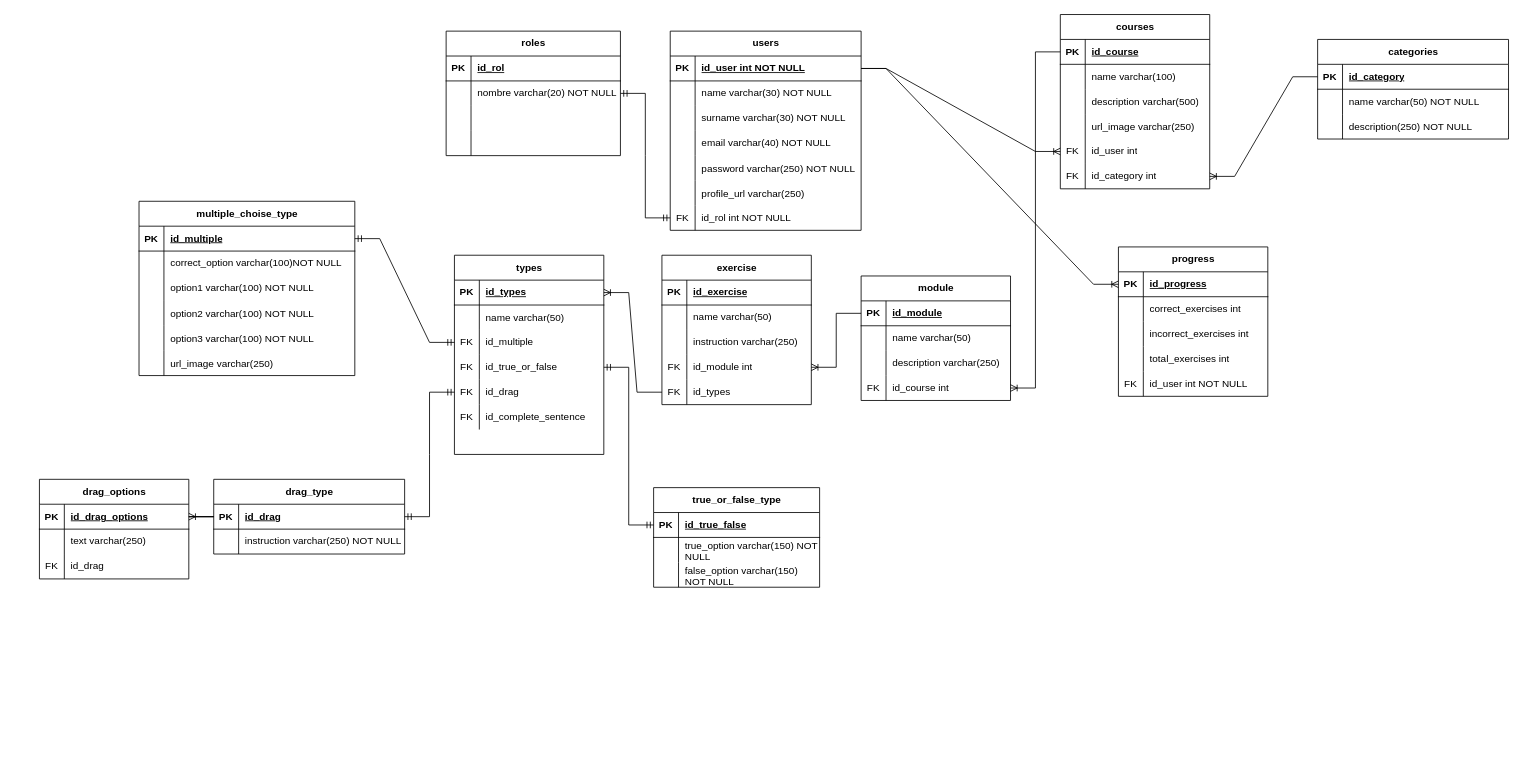
Earlier version of the draw.io diagram DER.drawio (TommySosa/campus). Source tidied: cells renumbered, new cells numbered last; positions are measured from the earlier drawing's top-left corner, leaving out a move shared by most shapes. Both pictures are drawn from the tidied source at 83%, with x=0, y=0 at pixel (39, 14).
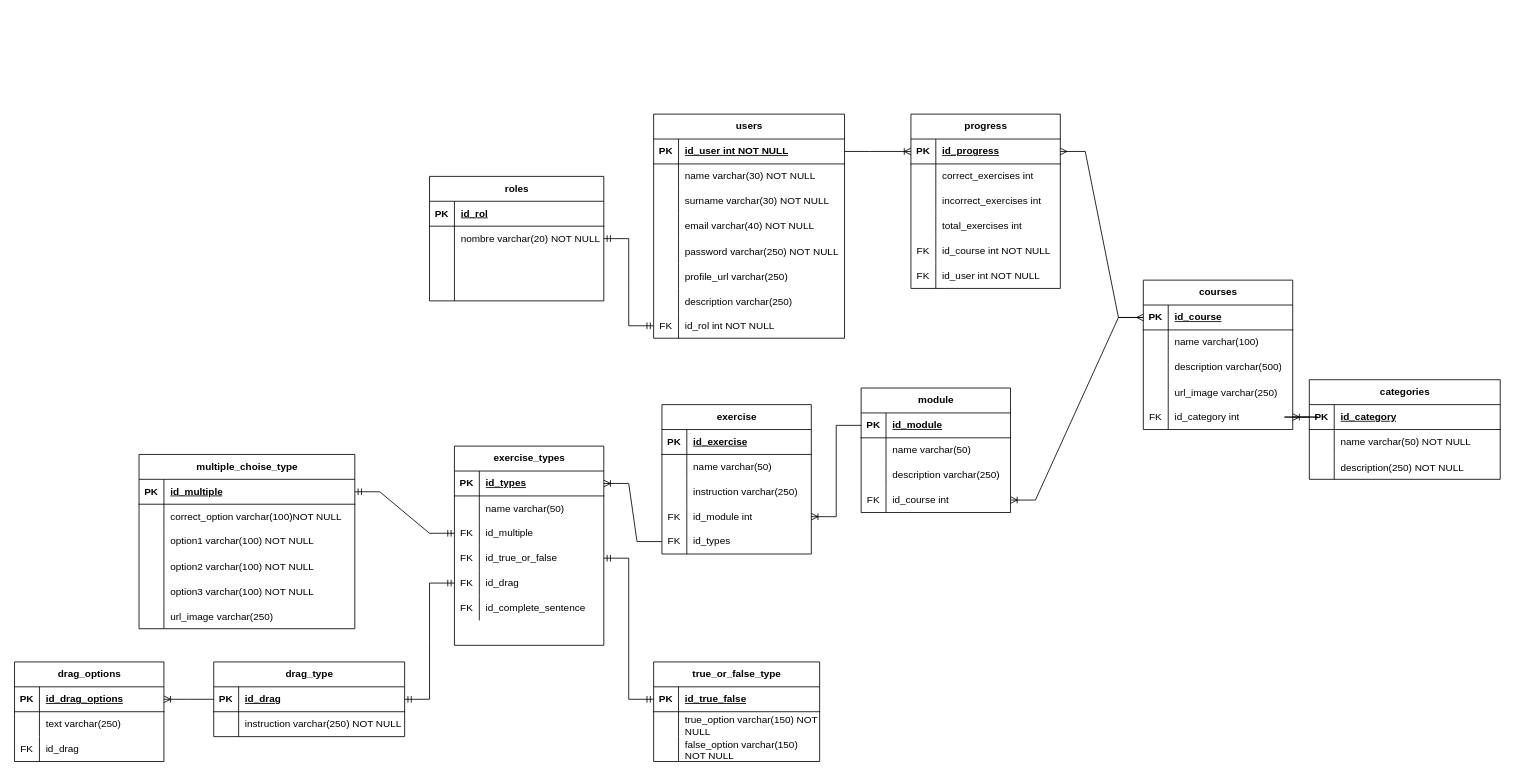
Above is the later version.

The change refers to these unchanged cells:
```xml
<mxCell id="17" style="shape=tableRow;horizontal=0;startSize=0;swimlaneHead=0;swimlaneBody=0;fillColor=none;points=[[0,0.5],[1,0.5]];portConstraint=eastwest;top=0;left=0;right=0;bottom=1;" parent="16" vertex="1">
  <mxGeometry y="30" width="180" height="30" as="geometry" />
</mxCell>
<mxCell id="131" style="shape=tableRow;horizontal=0;startSize=0;swimlaneHead=0;swimlaneBody=0;fillColor=none;points=[[0,0.5],[1,0.5]];portConstraint=eastwest;top=0;left=0;right=0;bottom=1;" parent="130" vertex="1">
  <mxGeometry y="30" width="230" height="30" as="geometry" />
</mxCell>
<mxCell id="161" style="shape=tableRow;horizontal=0;startSize=0;swimlaneHead=0;swimlaneBody=0;fillColor=none;points=[[0,0.5],[1,0.5]];portConstraint=eastwest;top=0;left=0;right=0;bottom=1;" parent="160" vertex="1">
  <mxGeometry y="30" width="180" height="30" as="geometry" />
</mxCell>
```

Diff of the diagram source:
```diff
@@
     <mxCell id="2" value="roles" style="shape=table;startSize=30;childLayout=tableLayout;rowLines=0;fontStyle=1;align=center;html=1;" parent="1" vertex="1">
-      <mxGeometry x="490" y="20" width="210" height="150" as="geometry" />
+      <mxGeometry x="470" y="195" width="210" height="150" as="geometry" />
     </mxCell>
@@
     <mxCell id="16" value="courses" style="shape=table;startSize=30;childLayout=tableLayout;rowLines=0;fontStyle=1;align=center;html=1;" parent="1" vertex="1">
-      <mxGeometry x="1230" width="180" height="210" as="geometry" />
+      <mxGeometry x="1330" y="320" width="180" height="180" as="geometry" />
     </mxCell>
@@
-    <mxCell id="29" style="shape=tableRow;horizontal=0;startSize=0;swimlaneHead=0;swimlaneBody=0;fillColor=none;points=[[0,0.5],[1,0.5]];portConstraint=eastwest;top=0;left=0;right=0;bottom=0;" parent="16" vertex="1">
-      <mxGeometry y="150" width="180" height="30" as="geometry" />
-    </mxCell>
-    <mxCell id="30" value="FK" style="shape=partialRectangle;fillColor=none;top=0;left=0;bottom=0;right=0;fontStyle=0;overflow=hidden;whiteSpace=wrap;html=1;" parent="29" vertex="1">
-      <mxGeometry width="30" height="30" as="geometry" />
-    </mxCell>
-    <mxCell id="31" value="id_user int" style="shape=partialRectangle;fillColor=none;top=0;left=0;bottom=0;right=0;align=left;spacingLeft=6;fontStyle=0;overflow=hidden;whiteSpace=wrap;html=1;" parent="29" vertex="1">
-      <mxGeometry x="30" width="150" height="30" as="geometry" />
-    </mxCell>
     <mxCell id="32" style="shape=tableRow;horizontal=0;startSize=0;swimlaneHead=0;swimlaneBody=0;fillColor=none;points=[[0,0.5],[1,0.5]];portConstraint=eastwest;top=0;left=0;right=0;bottom=0;" parent="16" vertex="1">
-      <mxGeometry y="180" width="180" height="30" as="geometry" />
+      <mxGeometry y="150" width="180" height="30" as="geometry" />
     </mxCell>
@@
     <mxCell id="36" value="module" style="shape=table;startSize=30;childLayout=tableLayout;rowLines=0;fontStyle=1;align=center;html=1;" parent="1" vertex="1">
-      <mxGeometry x="990" y="315" width="180" height="150" as="geometry" />
+      <mxGeometry x="990" y="450" width="180" height="150" as="geometry" />
     </mxCell>
@@
     <mxCell id="49" value="exercise" style="shape=table;startSize=30;childLayout=tableLayout;rowLines=0;fontStyle=1;align=center;html=1;" parent="1" vertex="1">
-      <mxGeometry x="750" y="290" width="180" height="180" as="geometry" />
+      <mxGeometry x="750" y="470" width="180" height="180" as="geometry" />
     </mxCell>
@@
     <mxCell id="65" value="multiple_choise_type" style="shape=table;startSize=30;childLayout=tableLayout;rowLines=0;fontStyle=1;align=center;html=1;" parent="1" vertex="1">
-      <mxGeometry x="120" y="225" width="260" height="210" as="geometry" />
+      <mxGeometry x="120" y="530" width="260" height="210" as="geometry" />
     </mxCell>
@@
-    <mxCell id="84" value="types" style="shape=table;startSize=30;childLayout=tableLayout;rowLines=0;fontStyle=1;align=center;html=1;" parent="1" vertex="1">
-      <mxGeometry x="500" y="290" width="180" height="240" as="geometry" />
+    <mxCell id="84" value="exercise_types" style="shape=table;startSize=30;childLayout=tableLayout;rowLines=0;fontStyle=1;align=center;html=1;" parent="1" vertex="1">
+      <mxGeometry x="500" y="520" width="180" height="240" as="geometry" />
     </mxCell>
@@
     <mxCell id="103" value="true_or_false_type" style="shape=table;startSize=30;childLayout=tableLayout;rowLines=0;fontStyle=1;align=center;html=1;" parent="1" vertex="1">
-      <mxGeometry x="740" y="570" width="200" height="120" as="geometry" />
+      <mxGeometry x="740" y="780" width="200" height="120" as="geometry" />
     </mxCell>
@@
     <mxCell id="113" value="drag_type" style="shape=table;startSize=30;childLayout=tableLayout;rowLines=0;fontStyle=1;align=center;html=1;" parent="1" vertex="1">
-      <mxGeometry x="210" y="560" width="230" height="90" as="geometry" />
+      <mxGeometry x="210" y="780" width="230" height="90" as="geometry" />
     </mxCell>
@@
     <mxCell id="120" value="drag_options" style="shape=table;startSize=30;childLayout=tableLayout;rowLines=0;fontStyle=1;align=center;html=1;" parent="1" vertex="1">
-      <mxGeometry y="560" width="180" height="120" as="geometry" />
+      <mxGeometry x="-30" y="780" width="180" height="120" as="geometry" />
     </mxCell>
@@
     <mxCell id="130" value="users" style="shape=table;startSize=30;childLayout=tableLayout;rowLines=0;fontStyle=1;align=center;html=1;" parent="1" vertex="1">
-      <mxGeometry x="760" y="20" width="230" height="240" as="geometry" />
+      <mxGeometry x="740" y="120" width="230" height="270" as="geometry" />
     </mxCell>
@@
+    <mxCell id="188" style="shape=tableRow;horizontal=0;startSize=0;swimlaneHead=0;swimlaneBody=0;fillColor=none;top=0;left=0;right=0;bottom=0;" parent="130" vertex="1">
+      <mxGeometry y="210" width="230" height="30" as="geometry" />
+    </mxCell>
+    <mxCell id="189" style="shape=partialRectangle;fillColor=none;top=0;left=0;bottom=0;right=0;overflow=hidden;" parent="188" vertex="1">
+      <mxGeometry width="30" height="30" as="geometry" />
+    </mxCell>
+    <mxCell id="190" value="description varchar(250)" style="shape=partialRectangle;fillColor=none;top=0;left=0;bottom=0;right=0;align=left;spacingLeft=6;overflow=hidden;" parent="188" vertex="1">
+      <mxGeometry x="30" width="200" height="30" as="geometry" />
+    </mxCell>
     <mxCell id="149" style="shape=tableRow;horizontal=0;startSize=0;swimlaneHead=0;swimlaneBody=0;fillColor=none;points=[[0,0.5],[1,0.5]];portConstraint=eastwest;top=0;left=0;right=0;bottom=0;" parent="130" vertex="1">
-      <mxGeometry y="210" width="230" height="30" as="geometry" />
+      <mxGeometry y="240" width="230" height="30" as="geometry" />
     </mxCell>
@@
-    <mxCell id="152" style="edgeStyle=entityRelationEdgeStyle;fontSize=12;html=1;endArrow=ERoneToMany;rounded=0;entryX=0;entryY=0.5;entryDx=0;entryDy=0;" parent="1" edge="1" source="131" target="29">
-      <mxGeometry relative="1" as="geometry" />
-    </mxCell>
@@
     <mxCell id="160" value="progress" style="shape=table;startSize=30;childLayout=tableLayout;rowLines=0;fontStyle=1;align=center;html=1;" parent="1" vertex="1">
-      <mxGeometry x="1300" y="280" width="180" height="180" as="geometry" />
+      <mxGeometry x="1050" y="120" width="180" height="210" as="geometry" />
     </mxCell>
@@
+    <mxCell id="29" style="shape=tableRow;horizontal=0;startSize=0;swimlaneHead=0;swimlaneBody=0;fillColor=none;points=[[0,0.5],[1,0.5]];portConstraint=eastwest;top=0;left=0;right=0;bottom=0;" parent="160" vertex="1">
+      <mxGeometry y="150" width="180" height="30" as="geometry" />
+    </mxCell>
+    <mxCell id="30" value="FK" style="shape=partialRectangle;fillColor=none;top=0;left=0;bottom=0;right=0;fontStyle=0;overflow=hidden;whiteSpace=wrap;html=1;" parent="29" vertex="1">
+      <mxGeometry width="30" height="30" as="geometry" />
+    </mxCell>
+    <mxCell id="191" value="id_course int NOT NULL" style="shape=partialRectangle;fillColor=none;top=0;left=0;bottom=0;right=0;align=left;spacingLeft=6;fontStyle=0;overflow=hidden;whiteSpace=wrap;html=1;" parent="29" vertex="1">
+      <mxGeometry x="30" width="150" height="30" as="geometry" />
+    </mxCell>
     <mxCell id="173" style="shape=tableRow;horizontal=0;startSize=0;swimlaneHead=0;swimlaneBody=0;fillColor=none;top=0;left=0;right=0;bottom=0;" parent="160" vertex="1">
-      <mxGeometry y="150" width="180" height="30" as="geometry" />
+      <mxGeometry y="180" width="180" height="30" as="geometry" />
     </mxCell>
@@
     <mxCell id="177" value="categories" style="shape=table;startSize=30;childLayout=tableLayout;rowLines=0;fontStyle=1;align=center;html=1;" parent="1" vertex="1">
-      <mxGeometry x="1540" y="30" width="230" height="120" as="geometry" />
+      <mxGeometry x="1530" y="440" width="230" height="120" as="geometry" />
     </mxCell>
@@
+    <mxCell id="192" style="edgeStyle=entityRelationEdgeStyle;fontSize=12;html=1;endArrow=ERmany;startArrow=ERmany;rounded=0;entryX=1;entryY=0.5;entryDx=0;entryDy=0;exitX=0;exitY=0.5;exitDx=0;exitDy=0;" parent="1" edge="1" source="17" target="161">
+      <mxGeometry relative="1" as="geometry" />
+    </mxCell>
```
